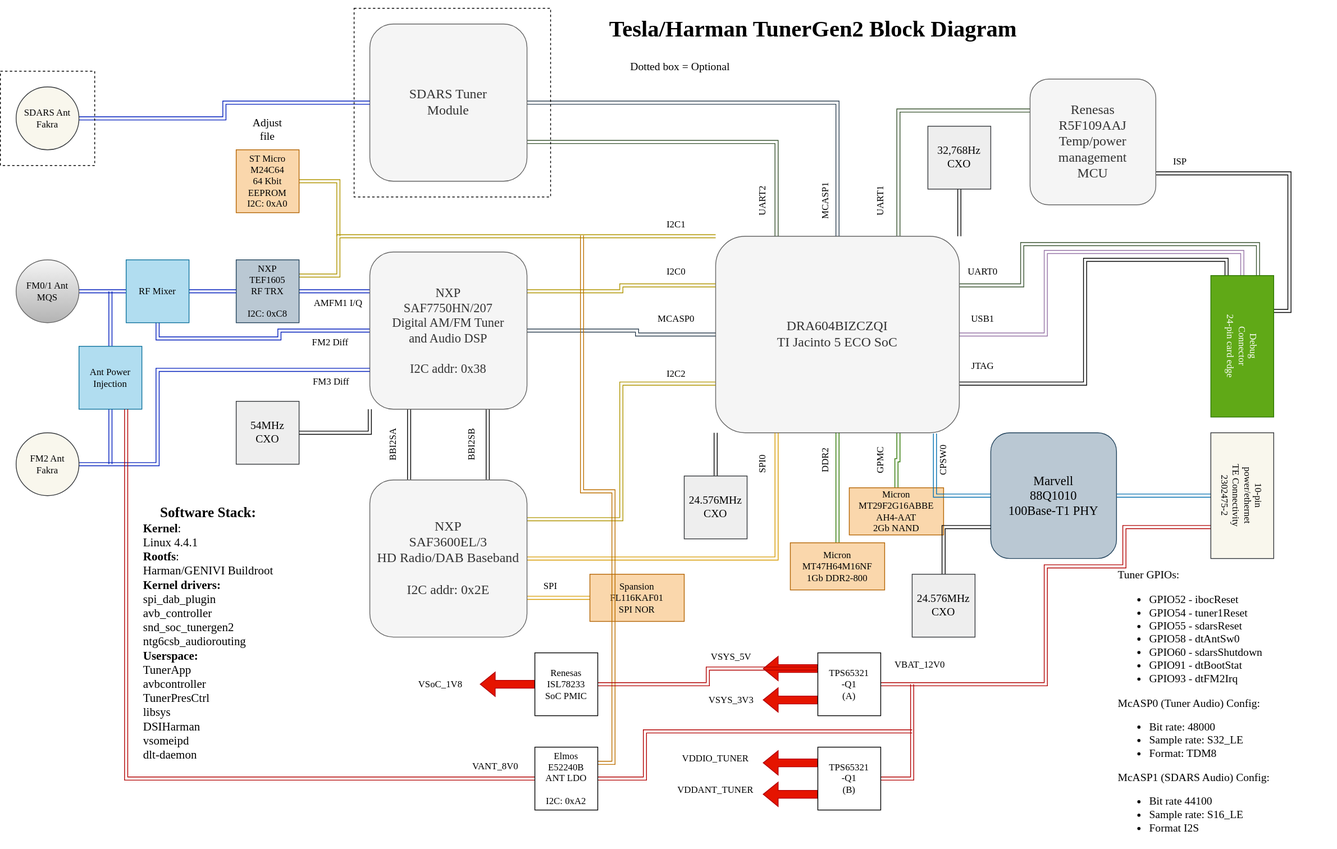
This is tesla-tunergen2-z50x.drawio.svg from doitaljosh/tesla-tunergen2-reverse-engineering, a draw.io export, as it was before one commit. Source tidied: cells renumbered, new cells last; positions are measured from the earlier drawing's top-left corner, leaving out a move shared by most shapes.
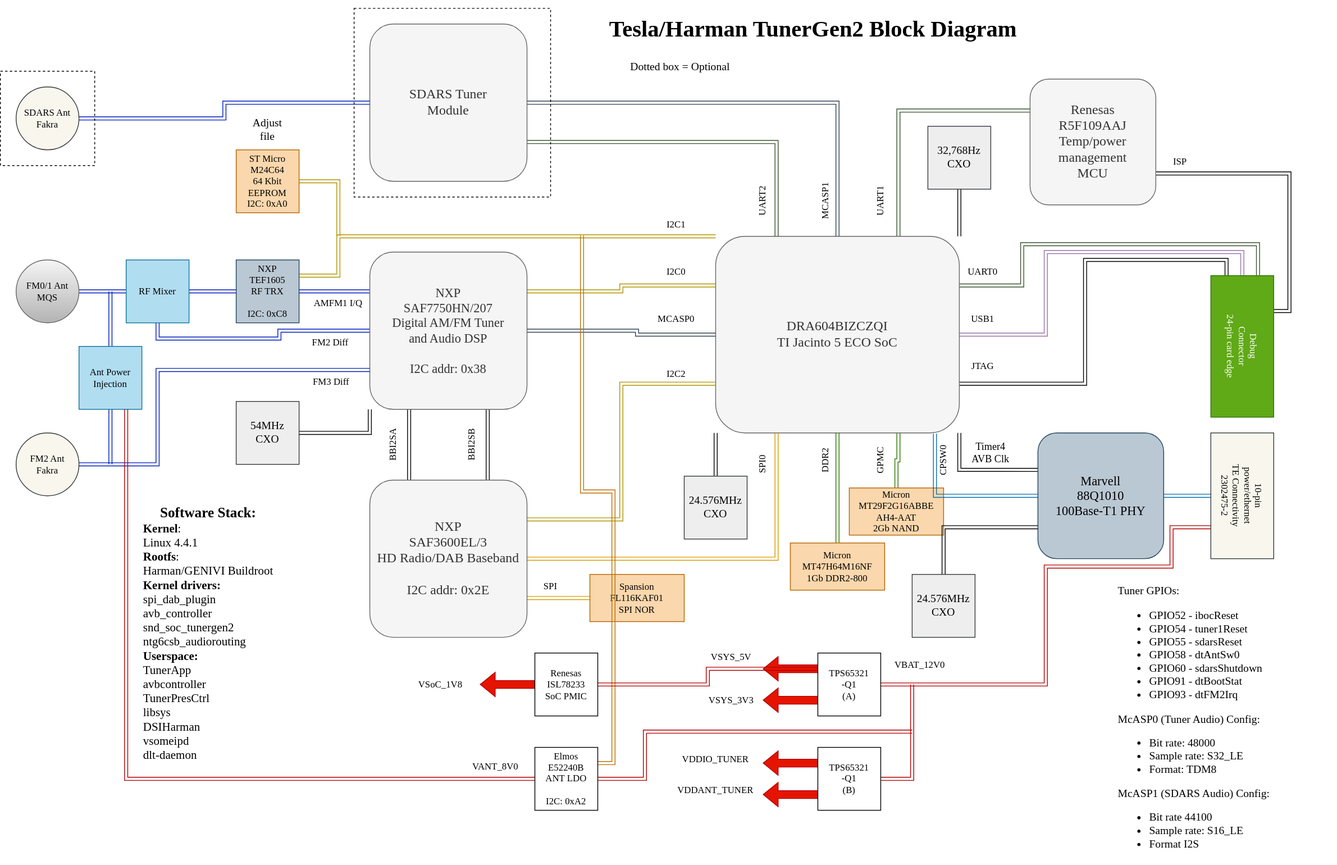
After the change.

Commit message:
Add Timer4 AVB sync clock to block diagram

Diff of the diagram source:
```diff
@@ -29,6 +29,9 @@
     <mxCell id="6" style="edgeStyle=orthogonalEdgeStyle;shape=link;rounded=0;jettySize=auto;html=1;exitX=1;exitY=0.75;exitDx=0;exitDy=0;entryX=0;entryY=0.75;entryDx=0;entryDy=0;fontFamily=gotham;fontSource=https%3A%2F%2Ffonts.googleapis.com%2Fcss%3Ffamily%3Dgotham;" parent="1" edge="1" source="7" target="58">
       <mxGeometry relative="1" as="geometry" />
     </mxCell>
+    <mxCell id="106" style="edgeStyle=orthogonalEdgeStyle;shape=link;rounded=0;jettySize=auto;html=1;exitX=1;exitY=1;exitDx=0;exitDy=0;entryX=0.013;entryY=0.294;entryDx=0;entryDy=0;entryPerimeter=0;fontFamily=gotham;fontSource=https%3A%2F%2Ffonts.googleapis.com%2Fcss%3Ffamily%3Dgotham;fontSize=14;" parent="1" edge="1" source="7" target="65">
+      <mxGeometry relative="1" as="geometry" />
+    </mxCell>
     <mxCell id="7" value="&lt;div style=&quot;font-size: 17px;&quot;&gt;&lt;font style=&quot;font-size: 17px;&quot;&gt;DRA604BIZCZQI&lt;br&gt;&lt;/font&gt;&lt;/div&gt;&lt;div style=&quot;font-size: 17px;&quot;&gt;&lt;font style=&quot;font-size: 17px;&quot;&gt;TI Jacinto 5 ECO SoC&lt;/font&gt;&lt;/div&gt;" style="rounded=1;whiteSpace=wrap;html=1;fillColor=#f5f5f5;fontColor=#333333;strokeColor=#666666;fontFamily=gotham;fontSource=https%3A%2F%2Ffonts.googleapis.com%2Fcss%3Ffamily%3Dgotham;" parent="1" vertex="1">
       <mxGeometry x="910" y="290" width="310" height="250" as="geometry" />
     </mxCell>
@@ -130,7 +133,7 @@
       <mxGeometry x="830" y="450" width="60" height="30" as="geometry" />
     </mxCell>
     <mxCell id="37" value="&lt;div style=&quot;font-size: 14px;&quot;&gt;&lt;font style=&quot;font-size: 14px;&quot;&gt;Tuner GPIOs:&lt;/font&gt;&lt;/div&gt;&lt;div style=&quot;font-size: 14px;&quot;&gt;&lt;ul&gt;&lt;li&gt;&lt;font style=&quot;font-size: 14px;&quot;&gt;GPIO52 - ibocReset&lt;/font&gt;&lt;/li&gt;&lt;li&gt;&lt;font style=&quot;font-size: 14px;&quot;&gt;GPIO54 - tuner1Reset&lt;/font&gt;&lt;/li&gt;&lt;li&gt;&lt;font style=&quot;font-size: 14px;&quot;&gt;GPIO55 - sdarsReset&lt;/font&gt;&lt;/li&gt;&lt;li&gt;&lt;font style=&quot;font-size: 14px;&quot;&gt;GPIO58 - dtAntSw0&lt;/font&gt;&lt;/li&gt;&lt;li&gt;&lt;font style=&quot;font-size: 14px;&quot;&gt;GPIO60 - sdarsShutdown&lt;/font&gt;&lt;/li&gt;&lt;li&gt;&lt;font style=&quot;font-size: 14px;&quot;&gt;GPIO91 - dtBootStat&lt;/font&gt;&lt;/li&gt;&lt;li&gt;&lt;font style=&quot;font-size: 14px;&quot;&gt;GPIO93 - dtFM2Irq&lt;/font&gt;&lt;/li&gt;&lt;/ul&gt;&lt;div&gt;&lt;font style=&quot;font-size: 14px;&quot;&gt;McASP0 (Tuner Audio) Config:&lt;/font&gt;&lt;/div&gt;&lt;div&gt;&lt;ul&gt;&lt;li&gt;&lt;font style=&quot;font-size: 14px;&quot;&gt;Bit rate: 48000&lt;/font&gt;&lt;/li&gt;&lt;li&gt;&lt;font style=&quot;font-size: 14px;&quot;&gt;Sample rate: S32_LE&lt;/font&gt;&lt;/li&gt;&lt;li&gt;&lt;font style=&quot;font-size: 14px;&quot;&gt;Format: TDM8&lt;/font&gt;&lt;/li&gt;&lt;/ul&gt;&lt;div&gt;&lt;font style=&quot;font-size: 14px;&quot;&gt;McASP1 (SDARS Audio) Config:&lt;/font&gt;&lt;/div&gt;&lt;div&gt;&lt;ul&gt;&lt;li&gt;&lt;font style=&quot;font-size: 14px;&quot;&gt;Bit rate 44100&lt;/font&gt;&lt;/li&gt;&lt;li&gt;&lt;font style=&quot;font-size: 14px;&quot;&gt;Sample rate: S16_LE&lt;/font&gt;&lt;/li&gt;&lt;li&gt;&lt;font style=&quot;font-size: 14px;&quot;&gt;Format I2S&lt;br&gt;&lt;/font&gt;&lt;/li&gt;&lt;/ul&gt;&lt;/div&gt;&lt;/div&gt;&lt;/div&gt;" style="text;html=1;strokeColor=none;fillColor=none;align=left;verticalAlign=middle;whiteSpace=wrap;rounded=0;fontFamily=gotham;fontSource=https%3A%2F%2Ffonts.googleapis.com%2Fcss%3Ffamily%3Dgotham;" parent="1" vertex="1">
-      <mxGeometry x="1420" y="720" width="280" height="340" as="geometry" />
+      <mxGeometry x="1420" y="740" width="280" height="340" as="geometry" />
     </mxCell>
     <mxCell id="38" value="AMFM1 I/Q" style="text;html=1;strokeColor=none;fillColor=none;align=center;verticalAlign=middle;whiteSpace=wrap;rounded=0;fontFamily=gotham;fontSource=https%3A%2F%2Ffonts.googleapis.com%2Fcss%3Ffamily%3Dgotham;" parent="1" vertex="1">
       <mxGeometry x="390" y="360" width="80" height="30" as="geometry" />
@@ -225,7 +228,7 @@
       <mxGeometry relative="1" as="geometry" />
     </mxCell>
     <mxCell id="65" value="&lt;div style=&quot;font-size: 16px;&quot;&gt;&lt;font style=&quot;font-size: 16px;&quot;&gt;Marvell&lt;/font&gt;&lt;/div&gt;&lt;div style=&quot;font-size: 16px;&quot;&gt;&lt;font style=&quot;font-size: 16px;&quot;&gt;88Q1010&lt;/font&gt;&lt;/div&gt;&lt;div style=&quot;font-size: 16px;&quot;&gt;&lt;font style=&quot;font-size: 16px;&quot;&gt;100Base-T1 PHY&lt;br&gt;&lt;/font&gt;&lt;/div&gt;" style="rounded=1;whiteSpace=wrap;html=1;fillColor=#bac8d3;strokeColor=#23445d;fontFamily=gotham;fontSource=https%3A%2F%2Ffonts.googleapis.com%2Fcss%3Ffamily%3Dgotham;" parent="1" vertex="1">
-      <mxGeometry x="1260" y="540" width="160" height="160" as="geometry" />
+      <mxGeometry x="1320" y="540" width="160" height="160" as="geometry" />
     </mxCell>
     <mxCell id="66" value="&lt;div&gt;CPSW0&lt;/div&gt;" style="text;html=1;strokeColor=none;fillColor=none;align=center;verticalAlign=middle;whiteSpace=wrap;rounded=0;rotation=-90;fontFamily=gotham;fontSource=https%3A%2F%2Ffonts.googleapis.com%2Fcss%3Ffamily%3Dgotham;" parent="1" vertex="1">
       <mxGeometry x="1170" y="560" width="60" height="30" as="geometry" />
@@ -233,8 +236,8 @@
     <mxCell id="67" style="edgeStyle=orthogonalEdgeStyle;shape=link;rounded=0;jettySize=auto;html=1;entryX=1;entryY=0.5;entryDx=0;entryDy=0;fillColor=#e51400;strokeColor=#B20000;exitX=0.75;exitY=1;exitDx=0;exitDy=0;fontFamily=gotham;fontSource=https%3A%2F%2Ffonts.googleapis.com%2Fcss%3Ffamily%3Dgotham;" parent="1" edge="1" source="68" target="76">
       <mxGeometry relative="1" as="geometry">
         <Array as="points">
-          <mxPoint x="1430" y="660" />
-          <mxPoint x="1430" y="710" />
+          <mxPoint x="1490" y="660" />
+          <mxPoint x="1490" y="710" />
           <mxPoint x="1330" y="710" />
           <mxPoint x="1330" y="860" />
         </Array>
@@ -376,5 +379,8 @@
     <mxCell id="105" value="&lt;div style=&quot;font-size: 14px;&quot;&gt;&lt;font style=&quot;font-size: 14px;&quot;&gt;24.576MHz&lt;/font&gt;&lt;/div&gt;&lt;div style=&quot;font-size: 14px;&quot;&gt;&lt;font style=&quot;font-size: 14px;&quot;&gt;CXO&lt;br&gt;&lt;/font&gt;&lt;/div&gt;" style="whiteSpace=wrap;html=1;fontFamily=gotham;fontSource=https%3A%2F%2Ffonts.googleapis.com%2Fcss%3Ffamily%3Dgotham;fontSize=15;fillColor=#eeeeee;strokeColor=#36393d;" parent="1" vertex="1">
       <mxGeometry x="1160" y="720" width="80" height="80" as="geometry" />
     </mxCell>
+    <mxCell id="107" value="&lt;font style=&quot;font-size: 13px;&quot;&gt;Timer4 AVB Clk&lt;br&gt;&lt;/font&gt;" style="text;html=1;strokeColor=none;fillColor=none;align=center;verticalAlign=middle;whiteSpace=wrap;rounded=0;fontFamily=gotham;fontSource=https%3A%2F%2Ffonts.googleapis.com%2Fcss%3Ffamily%3Dgotham;fontSize=12;rotation=0;" parent="1" vertex="1">
+      <mxGeometry x="1230" y="550" width="60" height="30" as="geometry" />
+    </mxCell>
   </root>
 </mxGraphModel>
```
